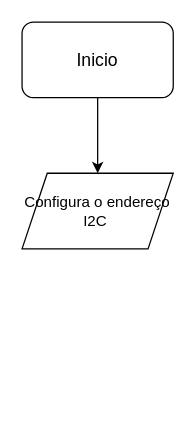
The draw.io diagram SLAVEFluxogram.drawio in MDSBC/ESP32_Master_And_MultiplesSlaves, before the edit. Source tidied: cells renumbered, new cells numbered last; positions are measured from the earlier drawing's top-left corner, leaving out a move shared by most shapes. Both pictures are drawn from the tidied source at 126%, with x=0, y=0 at pixel (21, 21).
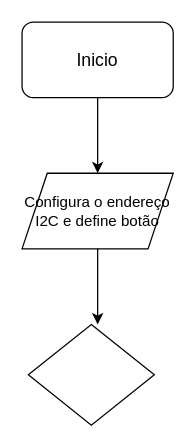
After the change.

Diff of the diagram source:
```diff
@@
 <mxGraphModel>
   <root>
     <mxCell id="0" />
     <mxCell id="1" parent="0" />
     <mxCell id="2" style="edgeStyle=orthogonalEdgeStyle;rounded=0;jettySize=auto;html=1;entryX=0.5;entryY=0;entryDx=0;entryDy=0;" parent="1" edge="1" source="3" target="4">
       <mxGeometry relative="1" as="geometry" />
     </mxCell>
     <mxCell id="3" value="&lt;font style=&quot;font-size: 14px&quot;&gt;Inicio&lt;/font&gt;" style="rounded=1;whiteSpace=wrap;html=1;" parent="1" vertex="1">
       <mxGeometry width="120" height="60" as="geometry" />
     </mxCell>
-    <mxCell id="4" value="Configura o endereço I2C&amp;nbsp;" style="shape=parallelogram;perimeter=parallelogramPerimeter;whiteSpace=wrap;html=1;fixedSize=1;" parent="1" vertex="1">
+    <mxCell id="4" value="Configura o endereço I2C e define botão" style="shape=parallelogram;perimeter=parallelogramPerimeter;whiteSpace=wrap;html=1;fixedSize=1;" parent="1" vertex="1">
       <mxGeometry y="120" width="120" height="60" as="geometry" />
     </mxCell>
+    <mxCell id="5" style="endArrow=classic;html=1;exitX=0.5;exitY=1;exitDx=0;exitDy=0;" parent="1" edge="1" source="4">
+      <mxGeometry relative="1" as="geometry">
+        <mxPoint x="60" y="240" as="targetPoint" />
+      </mxGeometry>
+    </mxCell>
+    <mxCell id="6" style="rhombus;whiteSpace=wrap;html=1;" parent="1" vertex="1">
+      <mxGeometry x="5" y="240" width="100" height="80" as="geometry" />
+    </mxCell>
   </root>
 </mxGraphModel>
```
